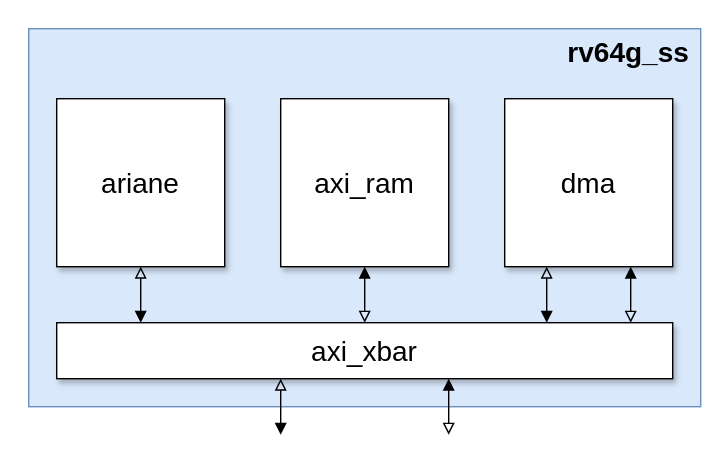
The draw.io diagram document/svg/rv64g_ss.svg in TecknozBD/Hyper-Titan, before a commit. Source tidied: cells renumbered, new cells last; positions are measured from the earlier drawing's top-left corner, leaving out a move shared by most shapes.
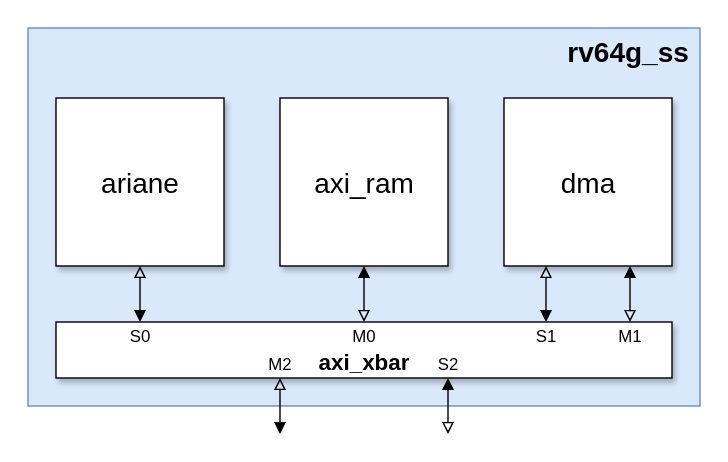
The same diagram one commit later.

Change to the diagram source:
```diff
@@ -11,7 +11,7 @@
     <mxCell id="4" value="ariane" style="rounded=0;whiteSpace=wrap;html=1;fontStyle=0;fontSize=20;shadow=1;" parent="1" vertex="1">
       <mxGeometry x="40" y="70" width="120" height="120" as="geometry" />
     </mxCell>
-    <mxCell id="5" value="axi_xbar" style="rounded=0;whiteSpace=wrap;html=1;fontStyle=0;fontSize=20;shadow=1;" parent="1" vertex="1">
+    <mxCell id="5" value="axi_xbar" style="rounded=0;whiteSpace=wrap;html=1;fontStyle=1;fontSize=16;shadow=1;verticalAlign=bottom;" parent="1" vertex="1">
       <mxGeometry x="40" y="230" width="440" height="40" as="geometry" />
     </mxCell>
     <mxCell id="6" style="edgeStyle=orthogonalEdgeStyle;shape=connector;rounded=0;jettySize=auto;html=1;strokeColor=default;align=center;verticalAlign=middle;fontFamily=Helvetica;fontSize=11;fontColor=default;labelBackgroundColor=default;startArrow=block;startFill=0;endArrow=block;endFill=1;" parent="1" edge="1" source="5" target="7">
@@ -67,5 +67,23 @@
         </Array>
       </mxGeometry>
     </mxCell>
+    <mxCell id="14" value="S0" style="text;html=1;whiteSpace=wrap;strokeColor=none;fillColor=none;align=center;verticalAlign=middle;rounded=0;" parent="1" vertex="1">
+      <mxGeometry x="90" y="230" width="20" height="20" as="geometry" />
+    </mxCell>
+    <mxCell id="15" value="M2" style="text;html=1;whiteSpace=wrap;strokeColor=none;fillColor=none;align=center;verticalAlign=middle;rounded=0;" parent="1" vertex="1">
+      <mxGeometry x="190" y="250" width="20" height="20" as="geometry" />
+    </mxCell>
+    <mxCell id="16" value="S2" style="text;html=1;whiteSpace=wrap;strokeColor=none;fillColor=none;align=center;verticalAlign=middle;rounded=0;" parent="1" vertex="1">
+      <mxGeometry x="310" y="250" width="20" height="20" as="geometry" />
+    </mxCell>
+    <mxCell id="17" value="M0" style="text;html=1;whiteSpace=wrap;strokeColor=none;fillColor=none;align=center;verticalAlign=middle;rounded=0;" parent="1" vertex="1">
+      <mxGeometry x="250" y="230" width="20" height="20" as="geometry" />
+    </mxCell>
+    <mxCell id="18" value="S1" style="text;html=1;whiteSpace=wrap;strokeColor=none;fillColor=none;align=center;verticalAlign=middle;rounded=0;" parent="1" vertex="1">
+      <mxGeometry x="380" y="230" width="20" height="20" as="geometry" />
+    </mxCell>
+    <mxCell id="19" value="M1" style="text;html=1;whiteSpace=wrap;strokeColor=none;fillColor=none;align=center;verticalAlign=middle;rounded=0;" parent="1" vertex="1">
+      <mxGeometry x="440" y="230" width="20" height="20" as="geometry" />
+    </mxCell>
   </root>
 </mxGraphModel>
```
